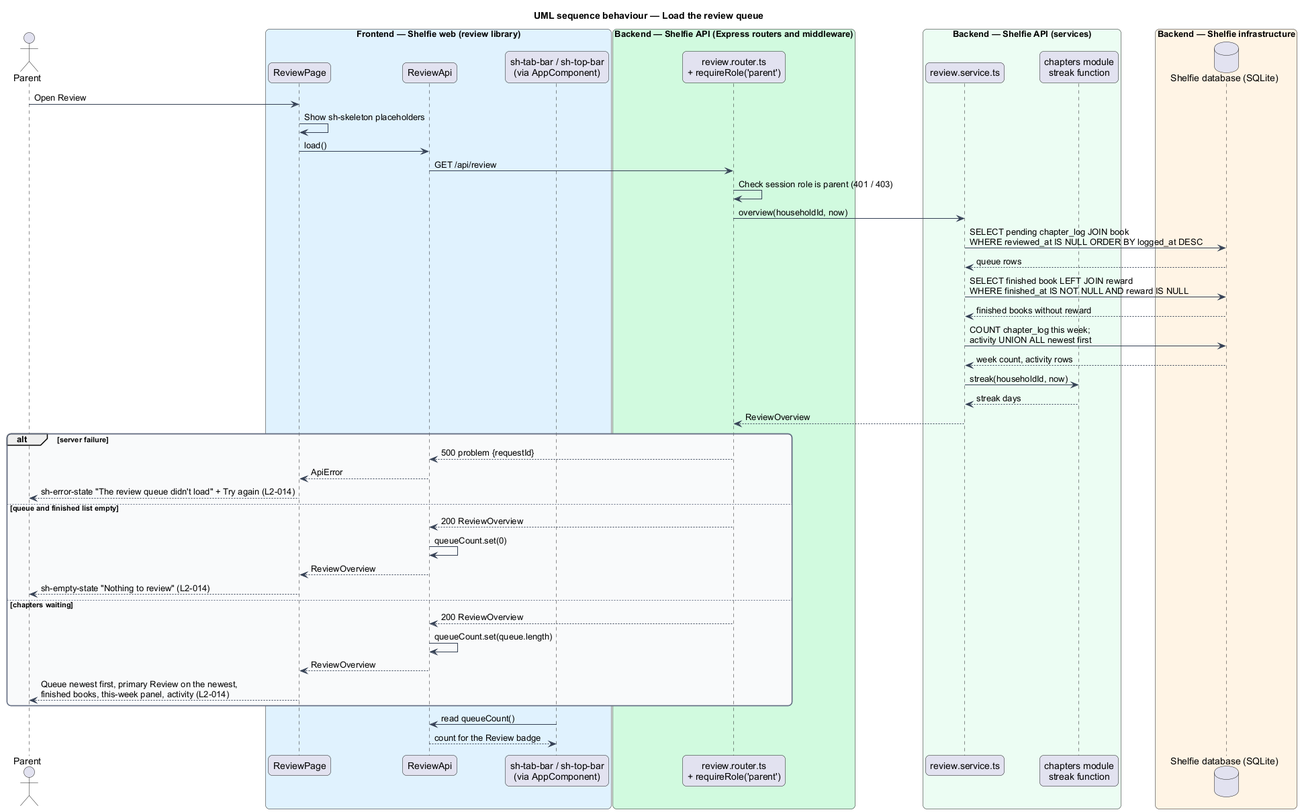
QuinntyneBrown/shelfie keeps this PlantUML diagram as docs/detailed-designs/review/review-queue/diagrams/sequence-load-review-queue.png. Above is the earlier version. Its source is kept beside it as docs/detailed-designs/review/review-queue/diagrams/sequence-load-review-queue.puml. The source it was exported from:
```plantuml
@startuml
title UML sequence behaviour — Load the review queue
skinparam backgroundColor #FFFFFF
skinparam shadowing false
skinparam roundcorner 12
skinparam defaultFontName Arial
skinparam ArrowColor #344054
skinparam rectangle {
  BorderColor #344054
  FontColor #101828
}
skinparam package {
  BorderColor #667085
  FontColor #101828
  BackgroundColor #F9FAFB
}
actor "Parent" as grownUp
box "Frontend — Shelfie web (review library)" #E0F2FE
  participant "ReviewPage" as page
  participant "ReviewApi" as client
  participant "sh-tab-bar / sh-top-bar\n(via AppComponent)" as bars
end box
box "Backend — Shelfie API (Express routers and middleware)" #D1FADF
  participant "review.router.ts\n+ requireRole('parent')" as router
end box
box "Backend — Shelfie API (services)" #ECFDF3
  participant "review.service.ts" as service
  participant "chapters module\nstreak function" as streak
end box
box "Backend — Shelfie infrastructure" #FFF4E5
  database "Shelfie database (SQLite)" as db
end box

grownUp -> page : Open Review
page -> page : Show sh-skeleton placeholders
page -> client : load()
client -> router : GET /api/review
router -> router : Check session role is parent (401 / 403)
router -> service : overview(householdId, now)
service -> db : SELECT pending chapter_log JOIN book\nWHERE reviewed_at IS NULL ORDER BY logged_at DESC
db --> service : queue rows
service -> db : SELECT finished book LEFT JOIN reward\nWHERE finished_at IS NOT NULL AND reward IS NULL
db --> service : finished books without reward
service -> db : COUNT chapter_log this week;\nactivity UNION ALL newest first
db --> service : week count, activity rows
service -> streak : streak(householdId, now)
streak --> service : streak days
service --> router : ReviewOverview
alt server failure
  router --> client : 500 problem {requestId}
  client --> page : ApiError
  page --> grownUp : sh-error-state "The review queue didn't load" + Try again (L2-014)
else queue and finished list empty
  router --> client : 200 ReviewOverview
  client -> client : queueCount.set(0)
  client --> page : ReviewOverview
  page --> grownUp : sh-empty-state "Nothing to review" (L2-014)
else chapters waiting
  router --> client : 200 ReviewOverview
  client -> client : queueCount.set(queue.length)
  client --> page : ReviewOverview
  page --> grownUp : Queue newest first, primary Review on the newest,\nfinished books, this-week panel, activity (L2-014)
end
bars -> client : read queueCount()
client --> bars : count for the Review badge
@enduml
```
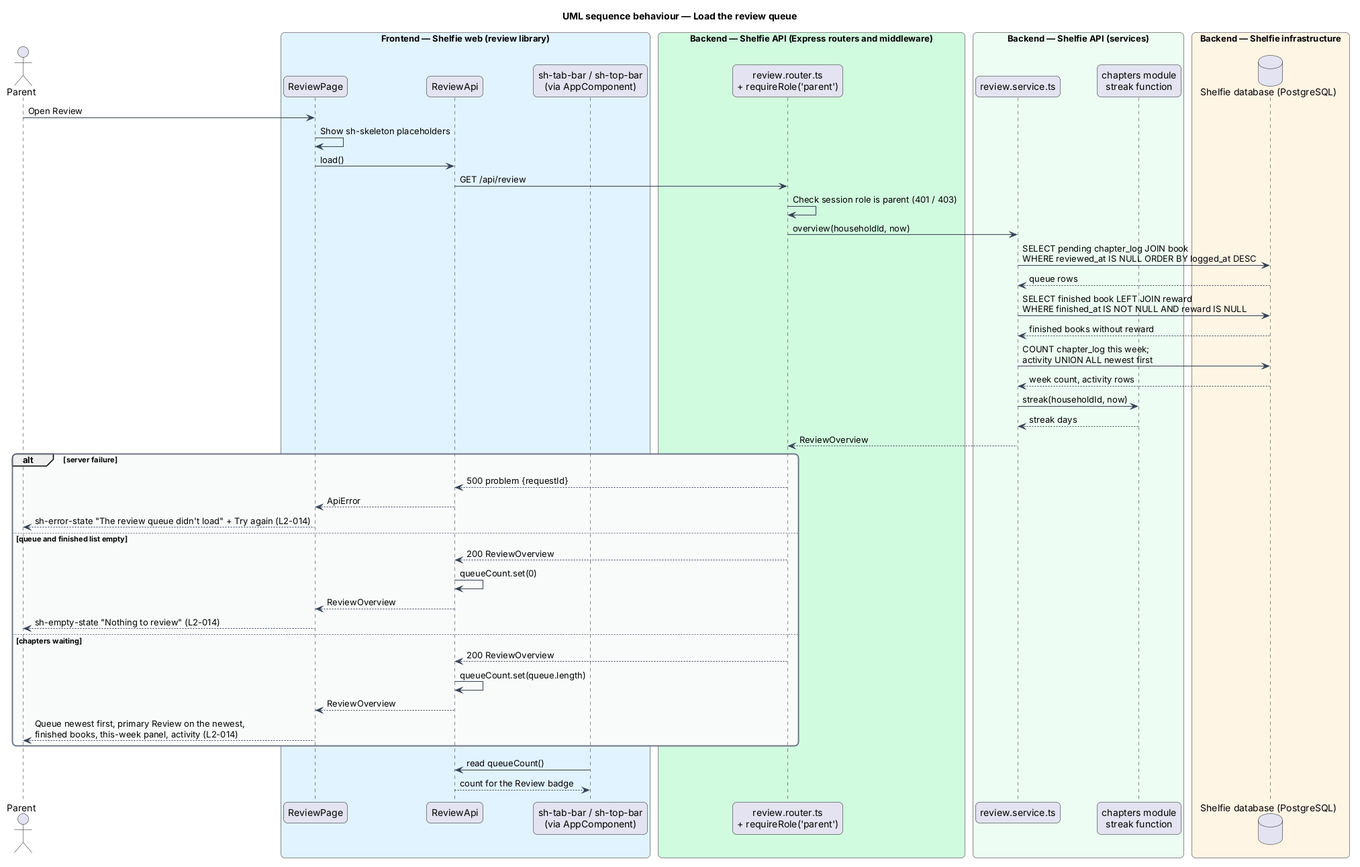
The same diagram one commit later.

Change to the diagram source:
```diff
@@ -28,7 +28,7 @@
   participant "chapters module\nstreak function" as streak
 end box
 box "Backend — Shelfie infrastructure" #FFF4E5
-  database "Shelfie database (SQLite)" as db
+  database "Shelfie database (PostgreSQL)" as db
 end box
 
 grownUp -> page : Open Review
```
